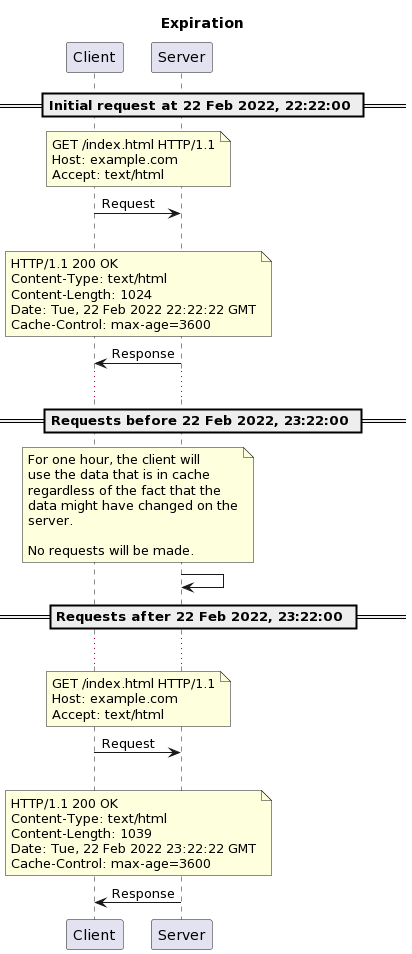
Before: 23-caching-and-performance/images/expiration-model.png, a diagram exported from PlantUML (heig-vd-dai-course/heig-vd-dai-course). Its diagram source:
```plantuml
@startuml
title "Expiration"

participant Client
participant Server

== Initial request at 22 Feb 2022, 22:22:00 ==

note over Client, Server
GET /index.html HTTP/1.1
Host: example.com
Accept: text/html
end note
Client -> Server: Request

|||

note over Client, Server
HTTP/1.1 200 OK
Content-Type: text/html
Content-Length: 1024
Date: Tue, 22 Feb 2022 22:22:22 GMT
Cache-Control: max-age=3600
end note
Server -> Client: Response

...

== Requests before 22 Feb 2022, 23:22:00 ==

note over Client, Server
For one hour, the client will
use the data that is in cache
regardless of the fact that the
data might have changed on the
server.

No requests will be made.
end note

Server -> Server

== Requests after 22 Feb 2022, 23:22:00 ==

...

note over Client, Server
GET /index.html HTTP/1.1
Host: example.com
Accept: text/html
end note
Client -> Server: Request

|||

note over Client, Server
HTTP/1.1 200 OK
Content-Type: text/html
Content-Length: 1039
Date: Tue, 22 Feb 2022 23:22:22 GMT
Cache-Control: max-age=3600
end note
Server -> Client: Response
@enduml
```
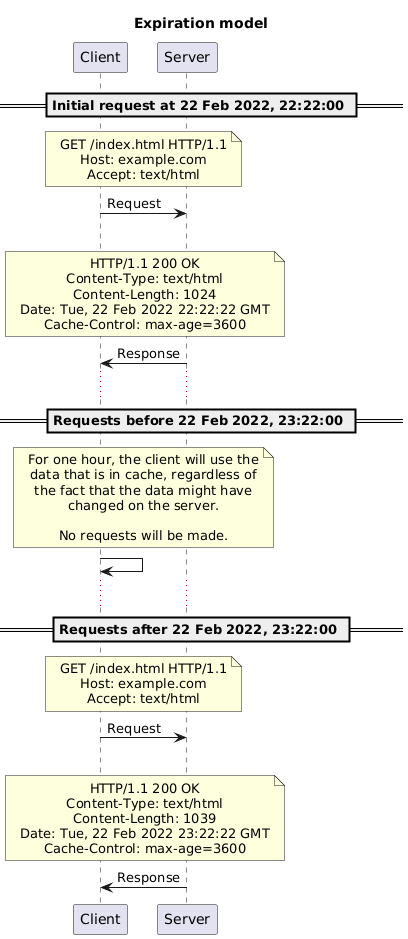
Later version of the same file.

Change to the diagram source:
```diff
@@ -1,64 +1,66 @@
 @startuml
-title "Expiration"
+skinparam boxPadding 100
+skinparam maxMessageSize 150
+skinparam noteTextAlignment center
+skinparam sequenceMessageAlign direction
+skinparam wrapWidth 250
 
-participant Client
-participant Server
+title "Expiration model"
+
+participant Client as client
+participant Server as server
 
 == Initial request at 22 Feb 2022, 22:22:00 ==
 
-note over Client, Server
+note over client, server
 GET /index.html HTTP/1.1
 Host: example.com
 Accept: text/html
 end note
-Client -> Server: Request
+client -> server: Request
 
 |||
 
-note over Client, Server
+note over client, server
 HTTP/1.1 200 OK
 Content-Type: text/html
 Content-Length: 1024
 Date: Tue, 22 Feb 2022 22:22:22 GMT
 Cache-Control: max-age=3600
 end note
-Server -> Client: Response
+server -> client: Response
 
 ...
 
 == Requests before 22 Feb 2022, 23:22:00 ==
 
-note over Client, Server
-For one hour, the client will
-use the data that is in cache
-regardless of the fact that the
-data might have changed on the
-server.
+note over client, server
+For one hour, the client will use the data that is in cache, regardless of the fact that the data might have changed on the server.
 
 No requests will be made.
 end note
 
-Server -> Server
+client -> client
+
+...
 
 == Requests after 22 Feb 2022, 23:22:00 ==
 
-...
-
-note over Client, Server
+note over client, server
 GET /index.html HTTP/1.1
 Host: example.com
 Accept: text/html
 end note
-Client -> Server: Request
+client -> server: Request
 
 |||
 
-note over Client, Server
+note over client, server
 HTTP/1.1 200 OK
 Content-Type: text/html
 Content-Length: 1039
 Date: Tue, 22 Feb 2022 23:22:22 GMT
 Cache-Control: max-age=3600
 end note
-Server -> Client: Response
+server -> client: Response
 @enduml
```
